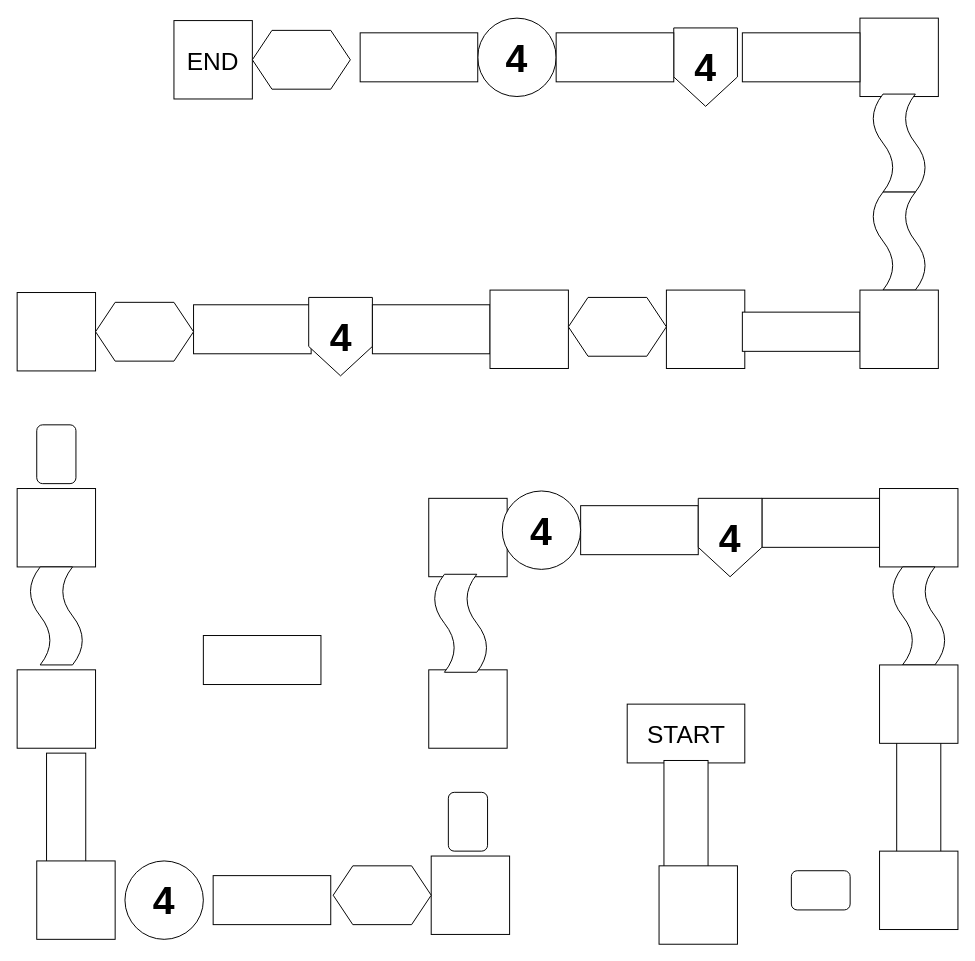
Earlier version of the draw.io diagram Level Design/Level_3.drawio (CrystalxBlade/Sky-Ball). Source tidied: cells renumbered, new cells numbered last; positions are measured from the earlier drawing's top-left corner, leaving out a move shared by most shapes. Both pictures are drawn from the tidied source at 98%, with x=0, y=0 at pixel (7, 18).
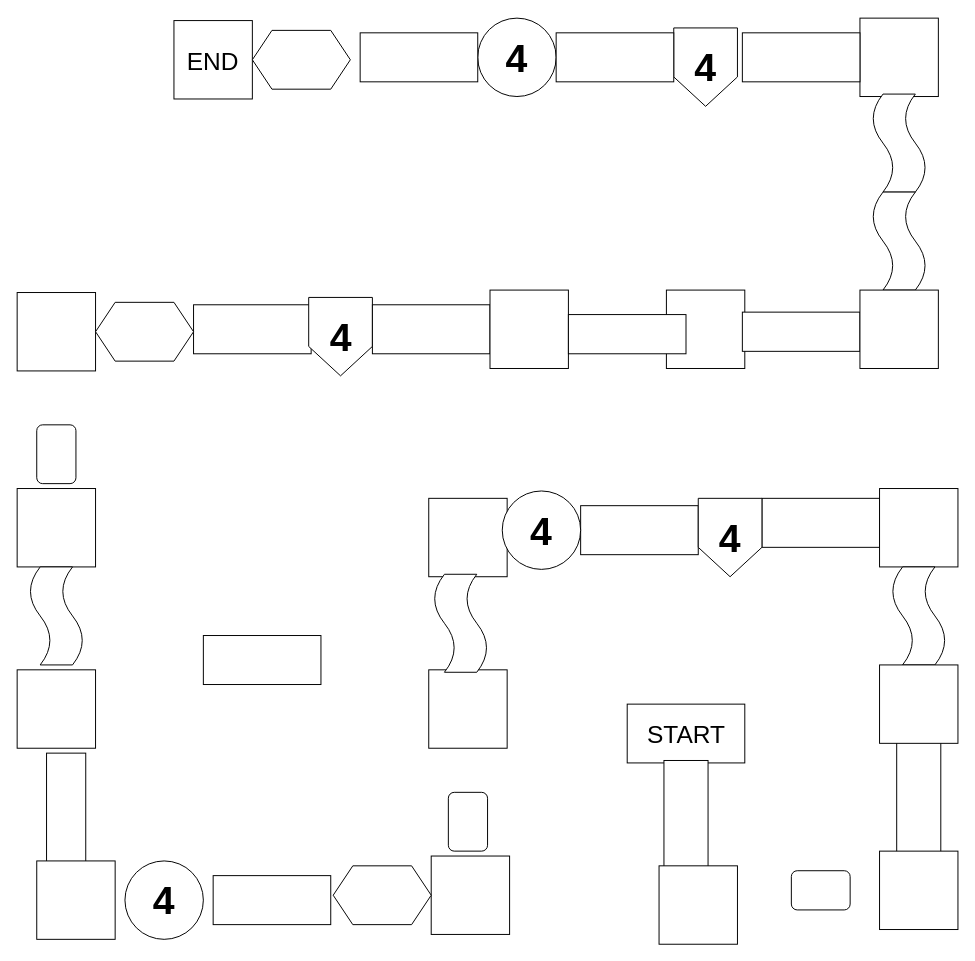
After the change.

The edit, as a diff of the source:
```diff
@@
-    <mxCell id="41" style="shape=hexagon;perimeter=hexagonPerimeter2;whiteSpace=wrap;html=1;fixedSize=1;fillColor=light-dark(#FFFFFF,#66FFB3);" parent="1" vertex="1">
-      <mxGeometry x="572.5" y="285" width="100" height="60" as="geometry" />
-    </mxCell>
@@
+    <mxCell id="50" style="rounded=0;whiteSpace=wrap;html=1;fillColor=light-dark(#FFFFFF,#CCCCCC);rotation=-180;" parent="1" vertex="1">
+      <mxGeometry x="572.5" y="302.5" width="120" height="40" as="geometry" />
+    </mxCell>
```
